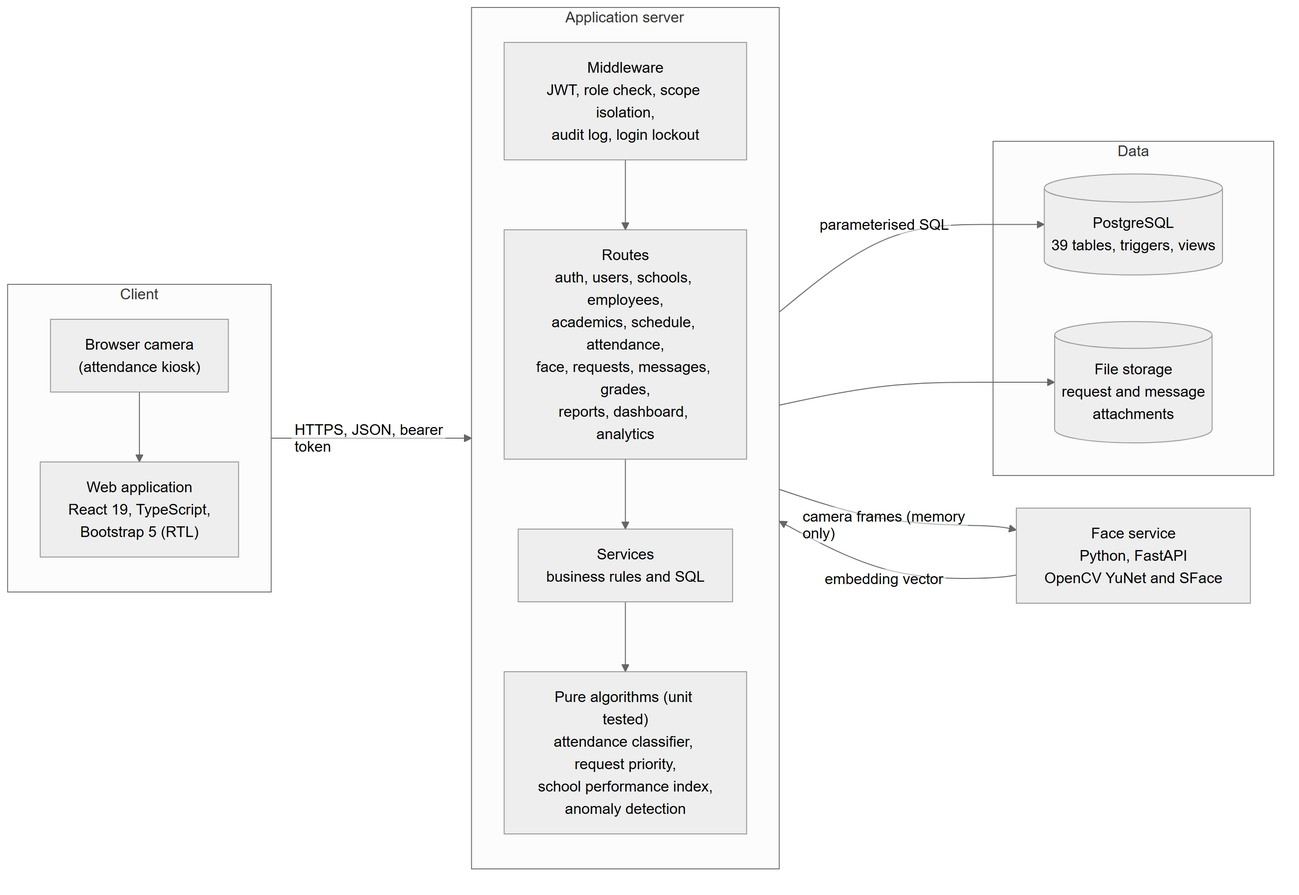
maroonnnn/school-management-system keeps this Mermaid diagram as docs/diagrams/out/fig_architecture.png. Above is the earlier version. Its source is kept beside it as docs/diagrams/src/fig_architecture.mmd.
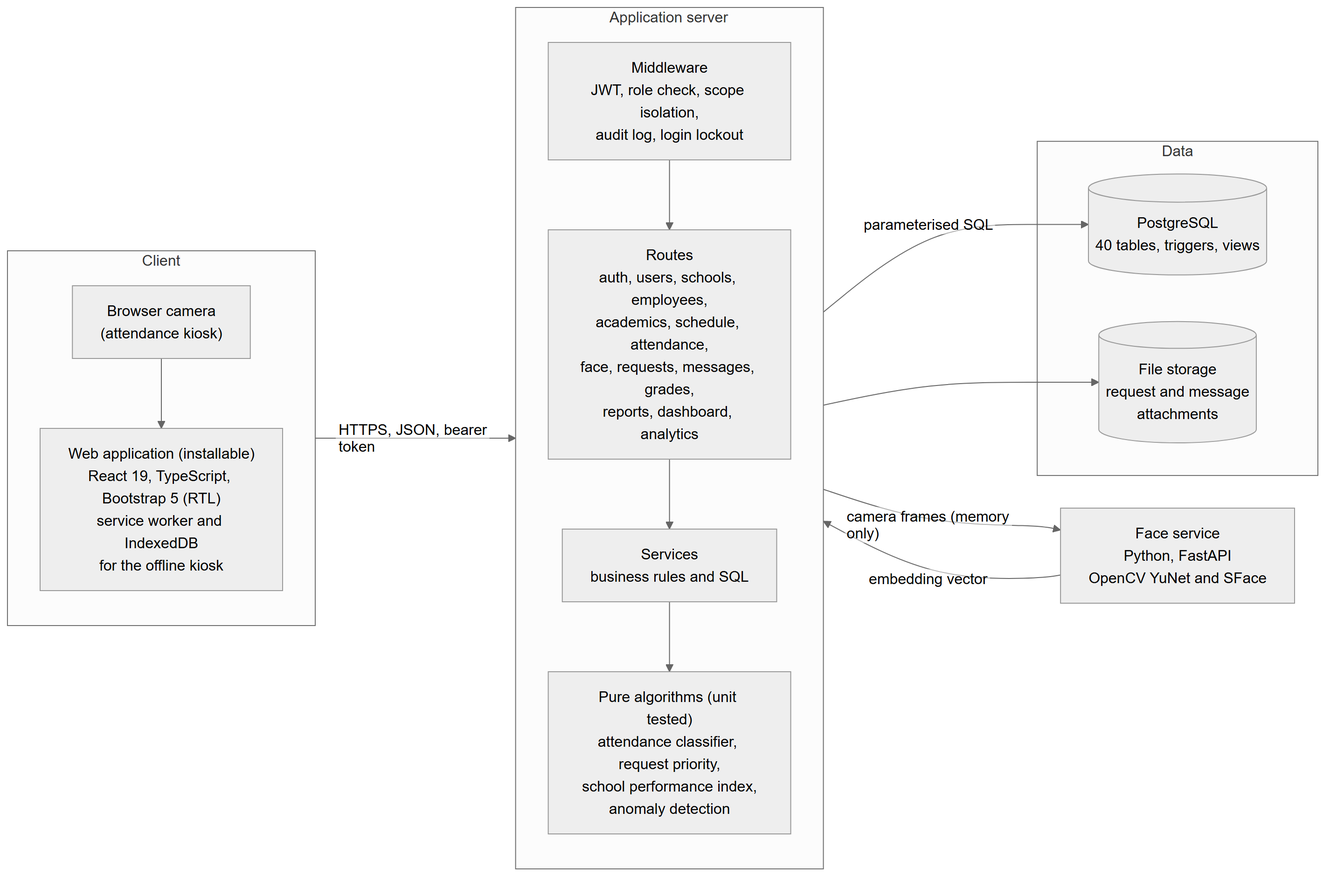
The same file after the commit.

The edit, as a diff of the source:
```diff
@@ -1,7 +1,7 @@
 flowchart LR
   subgraph CLIENT["Client"]
     direction TB
-    SPA["Web application<br/>React 19, TypeScript,<br/>Bootstrap 5 (RTL)"]
+    SPA["Web application (installable)<br/>React 19, TypeScript, Bootstrap 5 (RTL)<br/>service worker and IndexedDB<br/>for the offline kiosk"]
     CAM["Browser camera<br/>(attendance kiosk)"]
     CAM --> SPA
   end
@@ -15,7 +15,7 @@
   end
   subgraph STORE["Data"]
     direction TB
-    DB[("PostgreSQL<br/>39 tables, triggers, views")]
+    DB[("PostgreSQL<br/>40 tables, triggers, views")]
     FS[("File storage<br/>request and message<br/>attachments")]
   end
   FACE["Face service<br/>Python, FastAPI<br/>OpenCV YuNet and SFace"]
```
